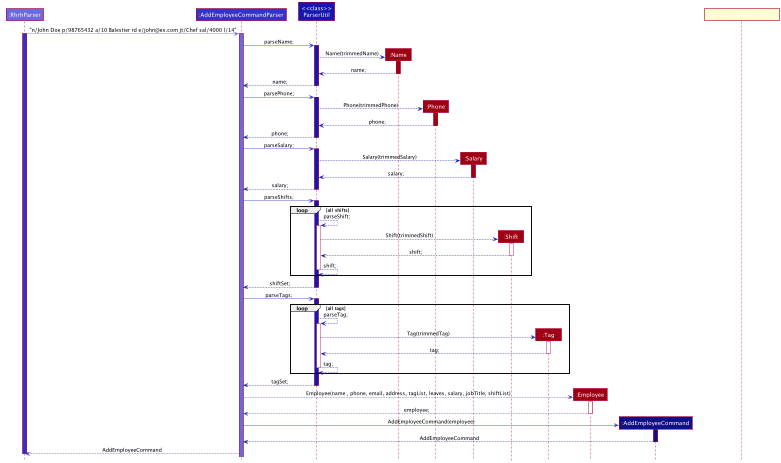
Earlier version of the PlantUML export docs/images/AddEmployeeCommandSequenceDiagram.png (nus-cs2103-AY2122S1/tp).
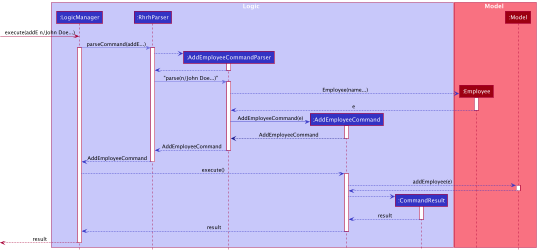
The same diagram one commit later.

Commit message:
Improve Diagrams

What changed in the source:
```diff
@@ -1,121 +1,74 @@
 @startuml
 !include style.puml
+box Logic LOGIC_COLOR_T1
+participant ":LogicManager" as logicManager LOGIC_COLOR
+participant ":RhrhParser" as rhrhParser LOGIC_COLOR
+participant ":AddEmployeeCommandParser" as addEmployeeCommandParser LOGIC_COLOR
+participant ":AddEmployeeCommand" as command LOGIC_COLOR
+participant ":CommandResult" as commandResult LOGIC_COLOR
+end box
 
-Participant ":RhrhParser" as rhrhParser LOGIC_COLOR_T2
-Participant ":AddEmployeeCommandParser" as addEmployeeCommandParser LOGIC_COLOR
-Participant "<<class>>\nParserUtil" as util LOGIC_COLOR_T3
-Participant ":Name" as name MODEL_COLOR
-Participant ":Phone" as phone MODEL_COLOR
-Participant ":Salary" as salary MODEL_COLOR
-Participant ":Shift" as shift MODEL_COLOR
-Participant ":Tag" as tag MODEL_COLOR
-Participant ":Employee" as employee MODEL_COLOR
-Participant ":AddEmployeeCommand" as command LOGIC_COLOR_T4
+box Model MODEL_COLOR_T1
+participant ":Employee" as employee MODEL_COLOR
+participant ":Model" as model MODEL_COLOR
+end box
 
-rhrhParser -[LOGIC_COLOR_T2]> addEmployeeCommandParser :"n/John Doe p/98765432 a/10 Balestier rd e/john@ex.com jt/Chef sal/4000 l/14"
-activate addEmployeeCommandParser LOGIC_COLOR_T2
-activate rhrhParser LOGIC_COLOR
 
-addEmployeeCommandParser -[LOGIC_COLOR]> util: parseName;
-activate util LOGIC_COLOR_T3
+[-> logicManager : execute(addE n/John Doe...)
 
-create name
-util -[LOGIC_COLOR_T3]-> name: Name(trimmedName)
-activate name MODEL_COLOR
+logicManager -[LOGIC_COLOR_T2]> rhrhParser : parseCommand(addE...)
+activate logicManager
+activate rhrhParser
 
-name -[LOGIC_COLOR_T3]-> util: name;
-deactivate name
+create addEmployeeCommandParser
+rhrhParser -[LOGIC_COLOR]-> addEmployeeCommandParser
+activate addEmployeeCommandParser
 
-util -[LOGIC_COLOR_T3]-> addEmployeeCommandParser :name;
-deactivate util
+addEmployeeCommandParser --[LOGIC_COLOR]> rhrhParser
+deactivate addEmployeeCommandParser
 
-addEmployeeCommandParser -[LOGIC_COLOR]> util :parsePhone;
-activate util LOGIC_COLOR_T3
-
-create phone
-util -[LOGIC_COLOR_T3]-> phone: Phone(trimmedPhone)
-activate phone MODEL_COLOR
-
-phone -[LOGIC_COLOR_T3]-> util: phone;
-deactivate phone
-
-util -[LOGIC_COLOR_T3]-> addEmployeeCommandParser :phone;
-deactivate util
-
-addEmployeeCommandParser -[LOGIC_COLOR]> util :parseSalary;
-activate util LOGIC_COLOR_T3
-
-create salary
-util -[LOGIC_COLOR_T3]-> salary: Salary(trimmedSalary)
-activate salary MODEL_COLOR
-
-salary -[LOGIC_COLOR_T3]-> util: salary;
-deactivate salary
-
-util -[LOGIC_COLOR_T3]-> addEmployeeCommandParser :salary;
-deactivate util
-
-addEmployeeCommandParser -[LOGIC_COLOR]> util :parseShifts;
-activate util LOGIC_COLOR_T3
-
-loop all shifts
-    util -[LOGIC_COLOR_T3]-> util: parseShift;
-    activate util
-
-    create shift
-    util -[LOGIC_COLOR_T3]-> shift: Shift(trimmedShift)
-    activate shift
-
-    shift -[LOGIC_COLOR_T3]-> util: shift;
-    deactivate shift
-
-    util -[LOGIC_COLOR_T3]-> util: shift;
-    deactivate util
-end
-
-util -[LOGIC_COLOR_T3]-> addEmployeeCommandParser :shiftSet;
-deactivate util
-
-addEmployeeCommandParser -[LOGIC_COLOR]> util :parseTags;
-activate util LOGIC_COLOR_T3
-
-loop all tags
-    util -[LOGIC_COLOR_T3]-> util: parseTag;
-    activate util
-
-    create tag
-    util -[LOGIC_COLOR_T3]-> tag: Tag(trimmedTag)
-    activate tag
-
-    tag -[LOGIC_COLOR_T3]-> util: tag;
-    deactivate tag
-
-    util -[LOGIC_COLOR_T3]-> util: tag;
-    deactivate util
-end
-
-util -[LOGIC_COLOR_T3]-> addEmployeeCommandParser :tagSet;
-deactivate util
+rhrhParser -[LOGIC_COLOR_T2]> addEmployeeCommandParser :"parse(n/John Doe...)"
+activate addEmployeeCommandParser
 
 create employee
-addEmployeeCommandParser -[LOGIC_COLOR]-> employee: Employee(name , phone, email, address, tagList, leaves, salary, jobTitle, shiftList)
+addEmployeeCommandParser -[LOGIC_COLOR]-> employee: Employee(name...)
 activate employee
 
-employee -[LOGIC_COLOR]-> addEmployeeCommandParser: employee;
+employee -[LOGIC_COLOR]-> addEmployeeCommandParser: e
 deactivate employee
 
-
-
 create command
-addEmployeeCommandParser -[LOGIC_COLOR]> command :AddEmployeeCommand(employee)
-activate command LOGIC_COLOR_T4
+addEmployeeCommandParser -[LOGIC_COLOR]> command :AddEmployeeCommand(e)
+activate command
 
 command -[LOGIC_COLOR_T4]-> addEmployeeCommandParser :AddEmployeeCommand
 deactivate command
 
 addEmployeeCommandParser -[LOGIC_COLOR]-> rhrhParser :AddEmployeeCommand
-deactivate scheduleCommandParser
+deactivate addEmployeeCommandParser
 
+rhrhParser -[LOGIC_COLOR]-> logicManager : AddEmployeeCommand
 deactivate rhrhParser
 
+logicManager -[LOGIC_COLOR]-> command : execute()
+activate command
+
+command -[LOGIC_COLOR]-> model : addEmployee(e)
+activate model
+
+model -[LOGIC_COLOR]-> command
+deactivate model
+
+create commandResult
+command -[LOGIC_COLOR]-> commandResult
+activate commandResult
+
+commandResult -[LOGIC_COLOR]-> command : result
+deactivate commandResult
+
+command -[LOGIC_COLOR]-> logicManager : result
+deactivate command
+
+[<-- logicManager : result
+deactivate logicManager
 @enduml
```
